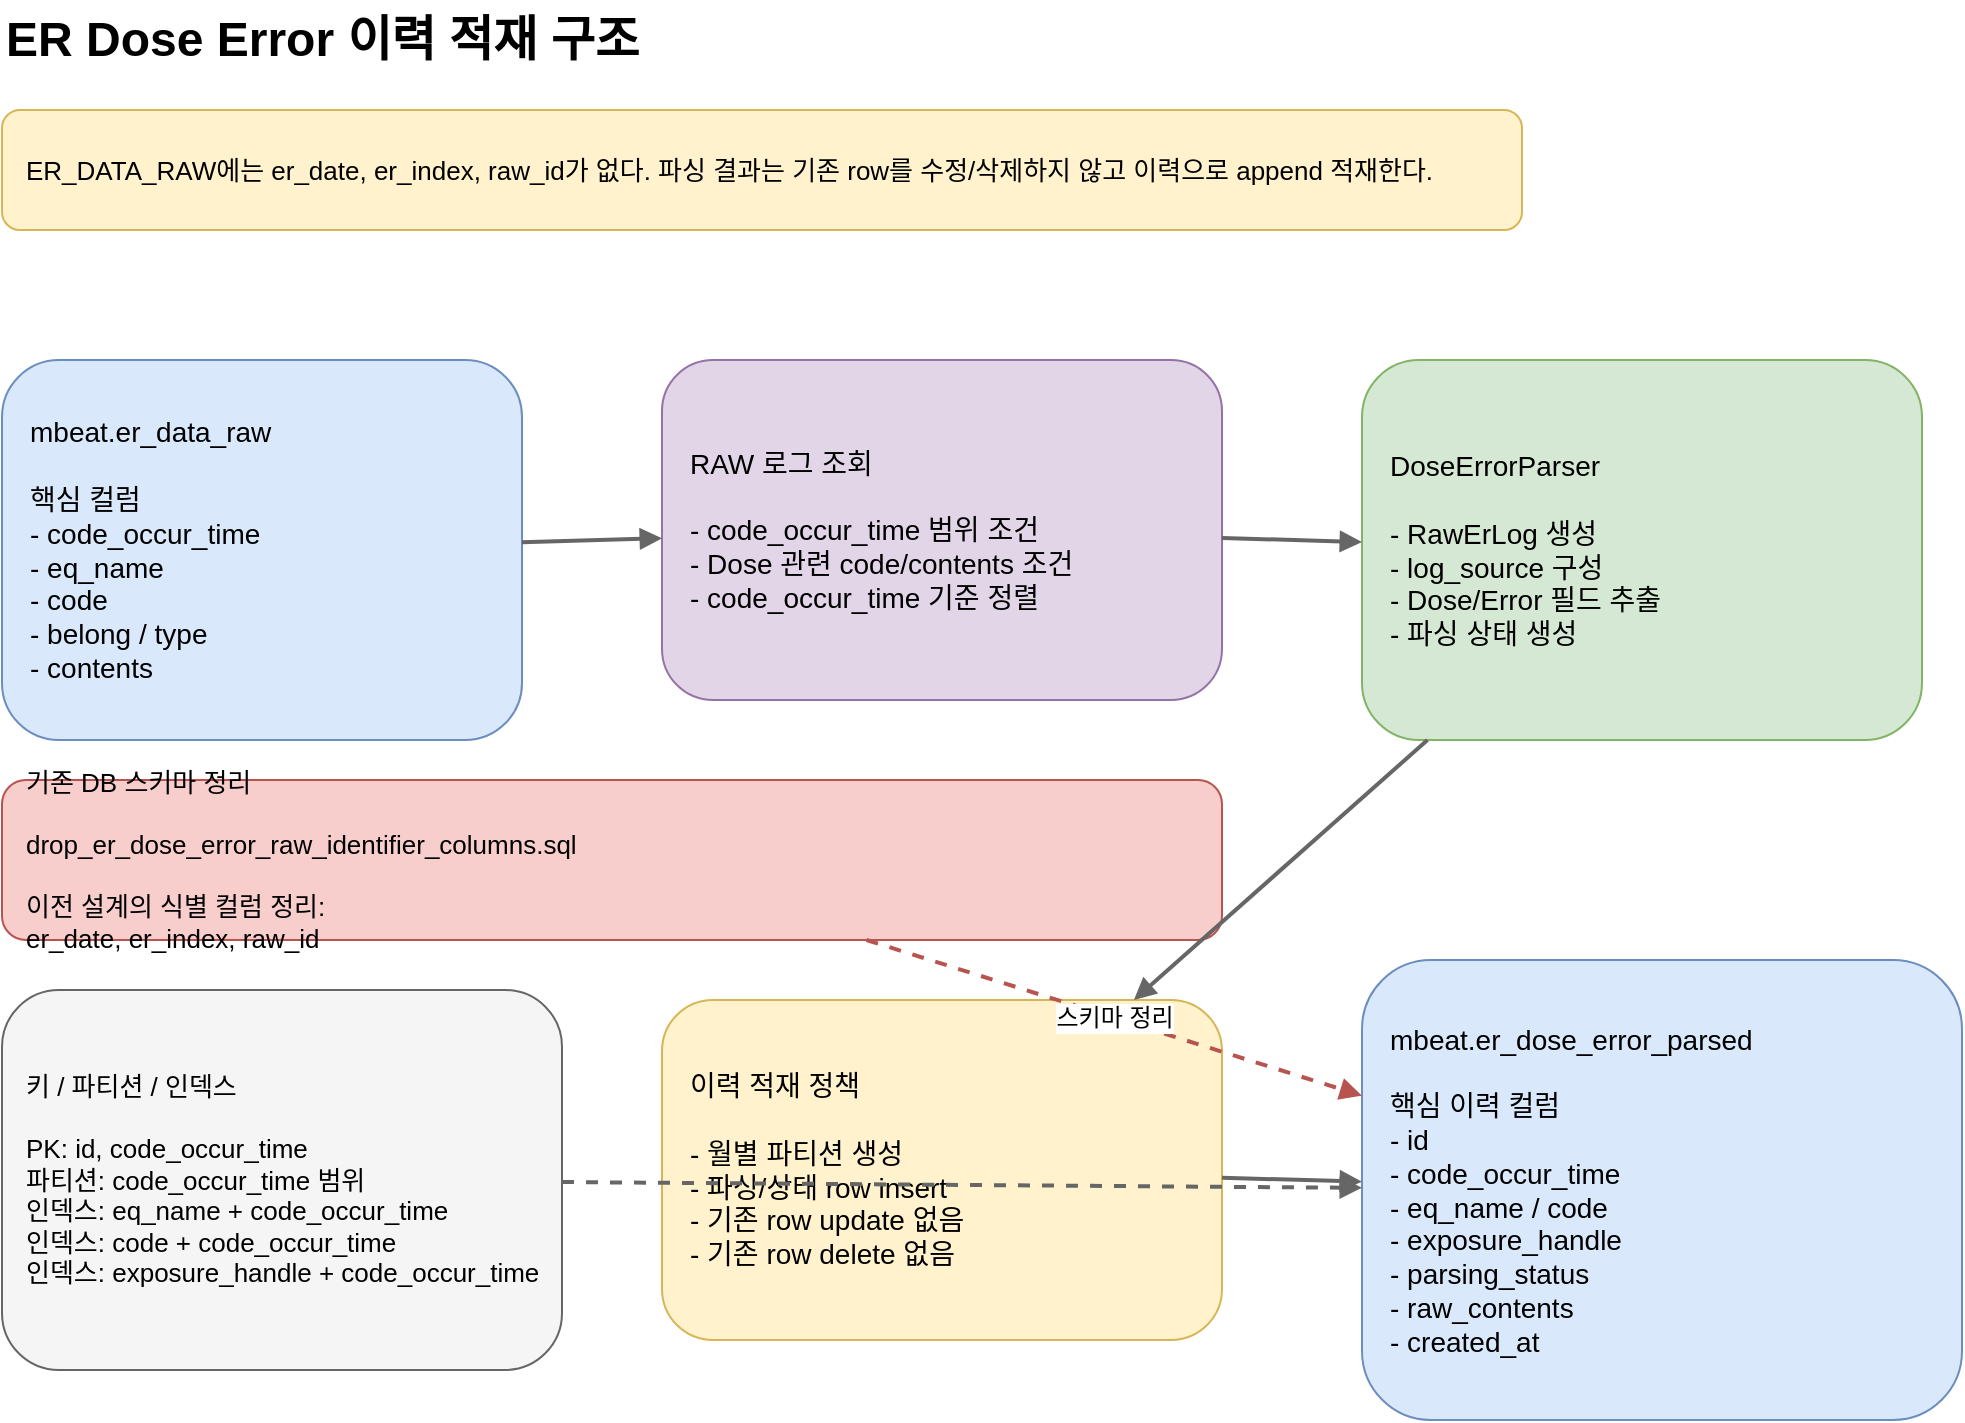
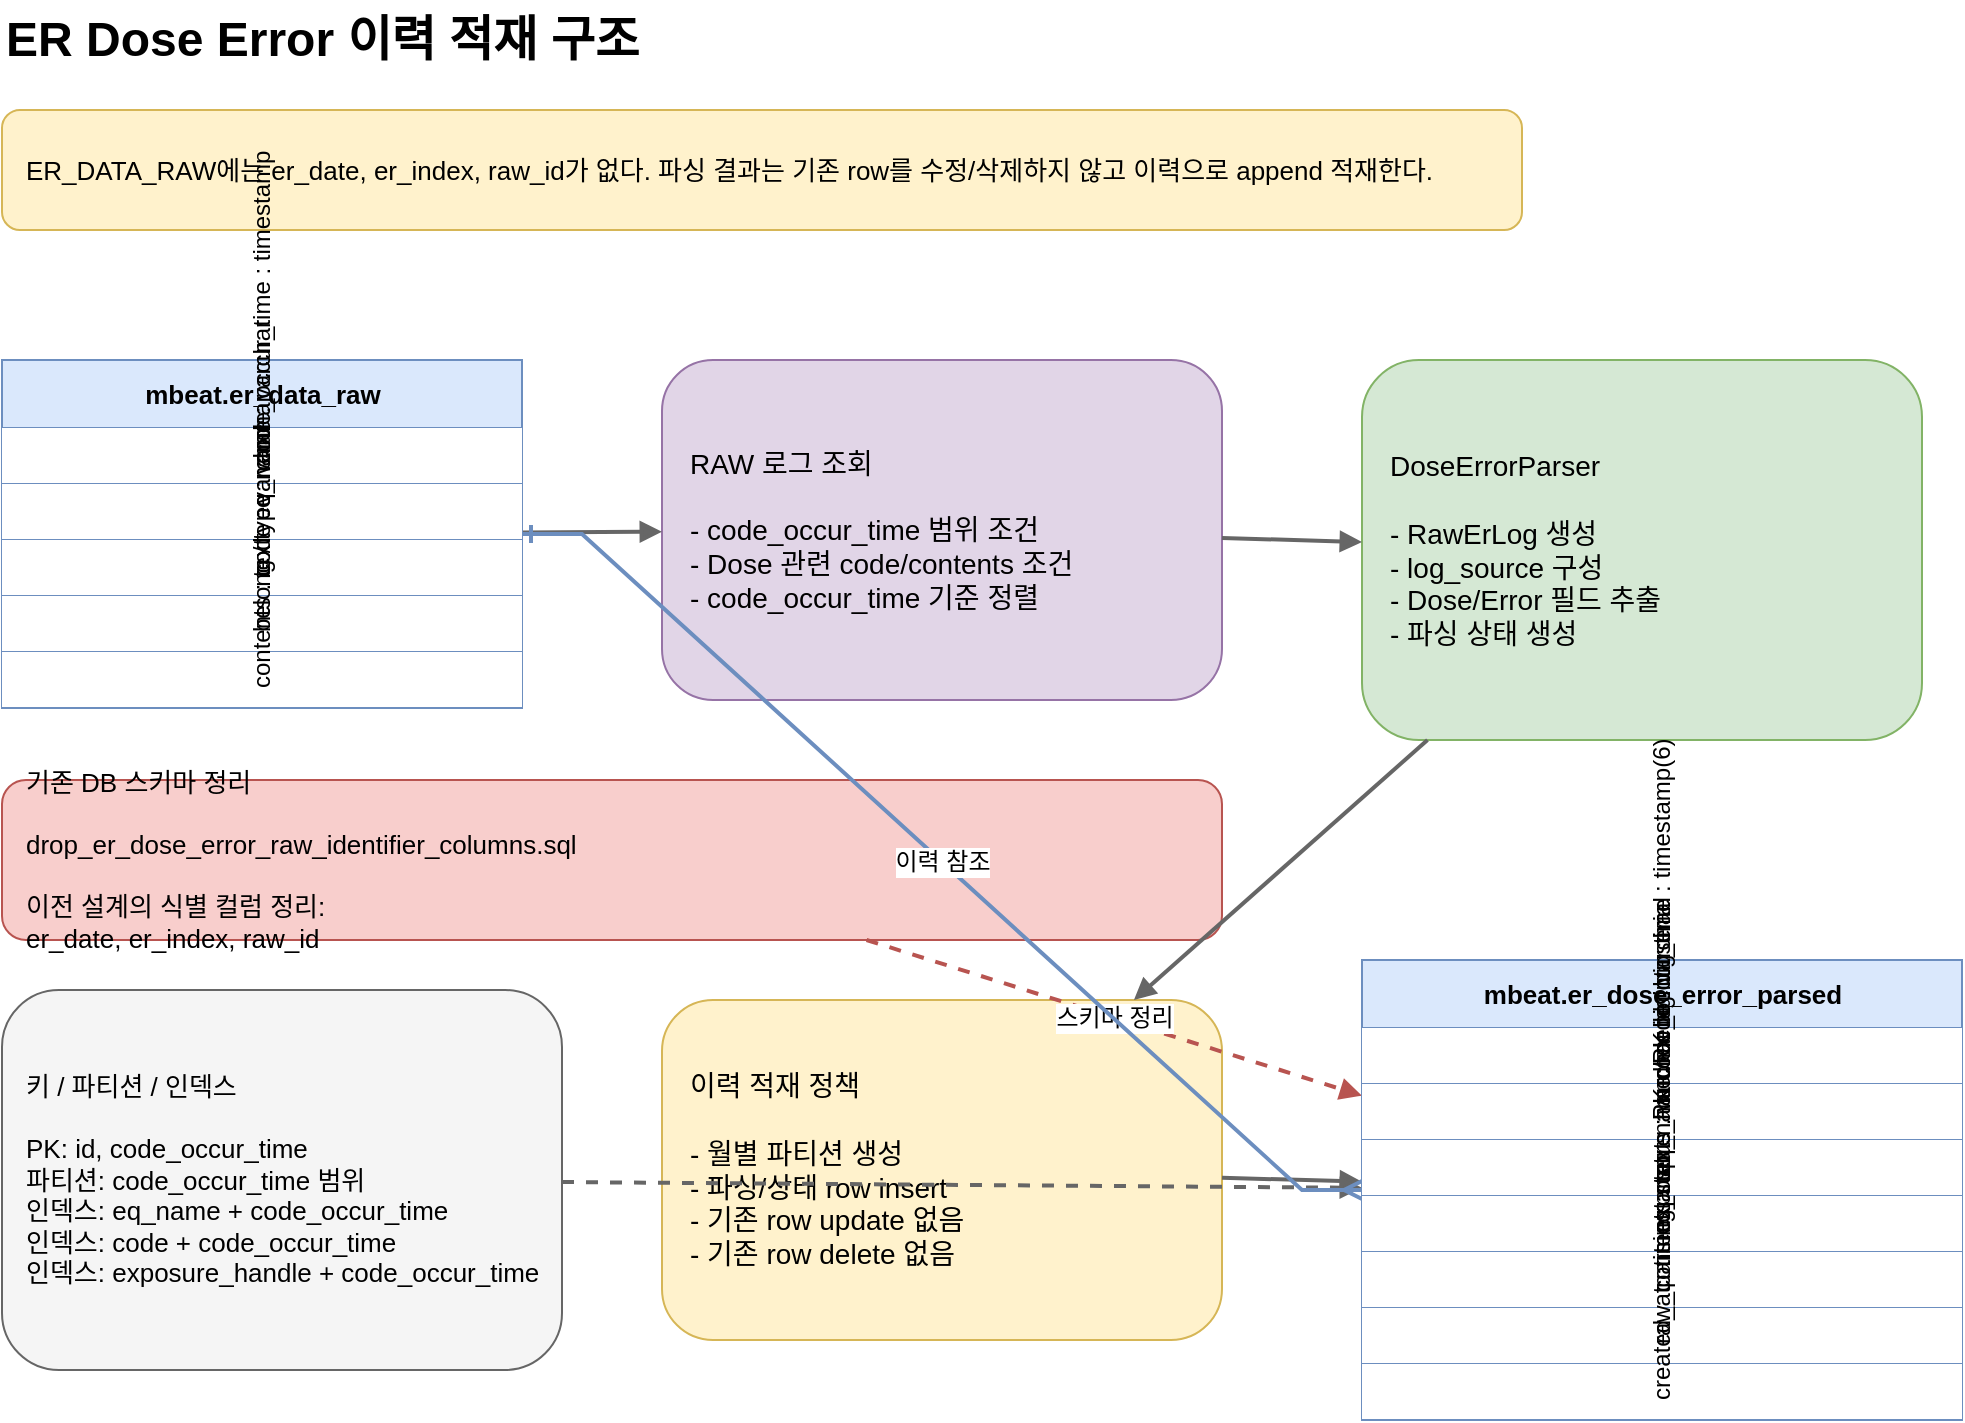
<mxfile host="app.diagrams.net" modified="2026-05-29T00:00:00.000Z" agent="Codex" version="24.7.17">
  <diagram id="er-dose-history-flow" name="ER Dose 이력 구조">
    <mxGraphModel dx="1200" dy="800" grid="1" gridSize="10" guides="1" tooltips="1" connect="1" arrows="1" fold="1" page="1" pageScale="1" pageWidth="1200" pageHeight="800" math="0" shadow="0">
      <root>
-         <mxCell id="0"/>
-         <mxCell id="1" parent="0"/>
+         <mxCell id="0" />
+         <mxCell id="1" parent="0" />
        <mxCell id="title" value="ER Dose Error 이력 적재 구조" style="text;html=1;strokeColor=none;fillColor=none;fontSize=24;fontStyle=1;align=left;verticalAlign=middle;whiteSpace=wrap;rounded=0;" vertex="1" parent="1">
-           <mxGeometry x="60" y="40" width="520" height="40" as="geometry"/>
+           <mxGeometry x="60" y="40" width="520" height="40" as="geometry" />
        </mxCell>
        <mxCell id="note" value="ER_DATA_RAW에는 er_date, er_index, raw_id가 없다. 파싱 결과는 기존 row를 수정/삭제하지 않고 이력으로 append 적재한다." style="rounded=1;whiteSpace=wrap;html=1;fillColor=#fff2cc;strokeColor=#d6b656;fontSize=13;align=left;spacing=12;" vertex="1" parent="1">
-           <mxGeometry x="60" y="95" width="760" height="60" as="geometry"/>
+           <mxGeometry x="60" y="95" width="760" height="60" as="geometry" />
        </mxCell>
-         <mxCell id="raw" value="mbeat.er_data_raw&#xa;&#xa;핵심 컬럼&#xa;- code_occur_time&#xa;- eq_name&#xa;- code&#xa;- belong / type&#xa;- contents" style="rounded=1;whiteSpace=wrap;html=1;fillColor=#dae8fc;strokeColor=#6c8ebf;fontSize=14;align=left;spacing=14;" vertex="1" parent="1">
-           <mxGeometry x="60" y="220" width="260" height="190" as="geometry"/>
+         <mxCell id="fetch" value="RAW 로그 조회&#10;&#10;- code_occur_time 범위 조건&#10;- Dose 관련 code/contents 조건&#10;- code_occur_time 기준 정렬" style="rounded=1;whiteSpace=wrap;html=1;fillColor=#e1d5e7;strokeColor=#9673a6;fontSize=14;align=left;spacing=14;" vertex="1" parent="1">
+           <mxGeometry x="390" y="220" width="280" height="170" as="geometry" />
        </mxCell>
-         <mxCell id="fetch" value="RAW 로그 조회&#xa;&#xa;- code_occur_time 범위 조건&#xa;- Dose 관련 code/contents 조건&#xa;- code_occur_time 기준 정렬" style="rounded=1;whiteSpace=wrap;html=1;fillColor=#e1d5e7;strokeColor=#9673a6;fontSize=14;align=left;spacing=14;" vertex="1" parent="1">
-           <mxGeometry x="390" y="220" width="280" height="170" as="geometry"/>
+         <mxCell id="parser" value="DoseErrorParser&#10;&#10;- RawErLog 생성&#10;- log_source 구성&#10;- Dose/Error 필드 추출&#10;- 파싱 상태 생성" style="rounded=1;whiteSpace=wrap;html=1;fillColor=#d5e8d4;strokeColor=#82b366;fontSize=14;align=left;spacing=14;" vertex="1" parent="1">
+           <mxGeometry x="740" y="220" width="280" height="190" as="geometry" />
        </mxCell>
-         <mxCell id="parser" value="DoseErrorParser&#xa;&#xa;- RawErLog 생성&#xa;- log_source 구성&#xa;- Dose/Error 필드 추출&#xa;- 파싱 상태 생성" style="rounded=1;whiteSpace=wrap;html=1;fillColor=#d5e8d4;strokeColor=#82b366;fontSize=14;align=left;spacing=14;" vertex="1" parent="1">
-           <mxGeometry x="740" y="220" width="280" height="190" as="geometry"/>
+         <mxCell id="append" value="이력 적재 정책&#10;&#10;- 월별 파티션 생성&#10;- 파싱/상태 row insert&#10;- 기존 row update 없음&#10;- 기존 row delete 없음" style="rounded=1;whiteSpace=wrap;html=1;fillColor=#fff2cc;strokeColor=#d6b656;fontSize=14;align=left;spacing=14;" vertex="1" parent="1">
+           <mxGeometry x="390" y="540" width="280" height="170" as="geometry" />
        </mxCell>
-         <mxCell id="parsed" value="mbeat.er_dose_error_parsed&#xa;&#xa;핵심 이력 컬럼&#xa;- id&#xa;- code_occur_time&#xa;- eq_name / code&#xa;- exposure_handle&#xa;- parsing_status&#xa;- raw_contents&#xa;- created_at" style="rounded=1;whiteSpace=wrap;html=1;fillColor=#dae8fc;strokeColor=#6c8ebf;fontSize=14;align=left;spacing=14;" vertex="1" parent="1">
-           <mxGeometry x="740" y="520" width="300" height="230" as="geometry"/>
+         <mxCell id="index" value="키 / 파티션 / 인덱스&#10;&#10;PK: id, code_occur_time&#10;파티션: code_occur_time 범위&#10;인덱스: eq_name + code_occur_time&#10;인덱스: code + code_occur_time&#10;인덱스: exposure_handle + code_occur_time" style="rounded=1;whiteSpace=wrap;html=1;fillColor=#f5f5f5;strokeColor=#666666;fontSize=13;align=left;spacing=12;" vertex="1" parent="1">
+           <mxGeometry x="60" y="535" width="280" height="190" as="geometry" />
        </mxCell>
-         <mxCell id="append" value="이력 적재 정책&#xa;&#xa;- 월별 파티션 생성&#xa;- 파싱/상태 row insert&#xa;- 기존 row update 없음&#xa;- 기존 row delete 없음" style="rounded=1;whiteSpace=wrap;html=1;fillColor=#fff2cc;strokeColor=#d6b656;fontSize=14;align=left;spacing=14;" vertex="1" parent="1">
-           <mxGeometry x="390" y="540" width="280" height="170" as="geometry"/>
-         </mxCell>
-         <mxCell id="index" value="키 / 파티션 / 인덱스&#xa;&#xa;PK: id, code_occur_time&#xa;파티션: code_occur_time 범위&#xa;인덱스: eq_name + code_occur_time&#xa;인덱스: code + code_occur_time&#xa;인덱스: exposure_handle + code_occur_time" style="rounded=1;whiteSpace=wrap;html=1;fillColor=#f5f5f5;strokeColor=#666666;fontSize=13;align=left;spacing=12;" vertex="1" parent="1">
-           <mxGeometry x="60" y="535" width="280" height="190" as="geometry"/>
-         </mxCell>
-         <mxCell id="cleanup" value="기존 DB 스키마 정리&#xa;&#xa;drop_er_dose_error_raw_identifier_columns.sql&#xa;&#xa;이전 설계의 식별 컬럼 정리:&#xa;er_date, er_index, raw_id" style="rounded=1;whiteSpace=wrap;html=1;fillColor=#f8cecc;strokeColor=#b85450;fontSize=13;align=left;spacing=12;" vertex="1" parent="1">
-           <mxGeometry x="60" y="430" width="610" height="80" as="geometry"/>
+         <mxCell id="cleanup" value="기존 DB 스키마 정리&#10;&#10;drop_er_dose_error_raw_identifier_columns.sql&#10;&#10;이전 설계의 식별 컬럼 정리:&#10;er_date, er_index, raw_id" style="rounded=1;whiteSpace=wrap;html=1;fillColor=#f8cecc;strokeColor=#b85450;fontSize=13;align=left;spacing=12;" vertex="1" parent="1">
+           <mxGeometry x="60" y="430" width="610" height="80" as="geometry" />
        </mxCell>
        <mxCell id="edge-raw-fetch" value="" style="endArrow=block;html=1;rounded=0;strokeWidth=2;strokeColor=#666666;" edge="1" parent="1" source="raw" target="fetch">
-           <mxGeometry relative="1" as="geometry"/>
+           <mxGeometry relative="1" as="geometry" />
        </mxCell>
        <mxCell id="edge-fetch-parser" value="" style="endArrow=block;html=1;rounded=0;strokeWidth=2;strokeColor=#666666;" edge="1" parent="1" source="fetch" target="parser">
-           <mxGeometry relative="1" as="geometry"/>
+           <mxGeometry relative="1" as="geometry" />
        </mxCell>
        <mxCell id="edge-parser-append" value="" style="endArrow=block;html=1;rounded=0;strokeWidth=2;strokeColor=#666666;" edge="1" parent="1" source="parser" target="append">
-           <mxGeometry relative="1" as="geometry"/>
+           <mxGeometry relative="1" as="geometry" />
        </mxCell>
        <mxCell id="edge-append-parsed" value="" style="endArrow=block;html=1;rounded=0;strokeWidth=2;strokeColor=#666666;" edge="1" parent="1" source="append" target="parsed">
-           <mxGeometry relative="1" as="geometry"/>
+           <mxGeometry relative="1" as="geometry" />
        </mxCell>
        <mxCell id="edge-index-parsed" value="" style="endArrow=block;html=1;rounded=0;strokeWidth=2;dashed=1;strokeColor=#666666;" edge="1" parent="1" source="index" target="parsed">
-           <mxGeometry relative="1" as="geometry"/>
+           <mxGeometry relative="1" as="geometry" />
        </mxCell>
        <mxCell id="edge-cleanup-parsed" value="스키마 정리" style="endArrow=block;html=1;rounded=0;strokeWidth=2;dashed=1;strokeColor=#b85450;fontSize=12;" edge="1" parent="1" source="cleanup" target="parsed">
-           <mxGeometry relative="1" as="geometry"/>
+           <mxGeometry relative="1" as="geometry" />
        </mxCell>
-       </root>
+       <mxCell id="edge-raw-parsed-er" parent="1" value="이력 참조" style="edgeStyle=entityRelationEdgeStyle;html=1;rounded=0;strokeWidth=2;strokeColor=#6c8ebf;startArrow=ERone;startFill=0;endArrow=ERmany;endFill=0;fontSize=12;" edge="1" source="raw" target="parsed"><mxGeometry relative="1" as="geometry" /></mxCell><mxCell id="raw" parent="1" value="mbeat.er_data_raw" style="shape=table;html=1;startSize=34;container=1;collapsible=0;childLayout=tableLayout;fixedRows=1;rowLines=0;resizeLast=1;fillColor=#dae8fc;strokeColor=#6c8ebf;fontSize=13;fontStyle=1;align=center;verticalAlign=middle;" vertex="1"><mxGeometry x="60" y="220" width="260" height="174" as="geometry" /></mxCell><mxCell id="raw-row-0" parent="raw" value="code_occur_time : timestamp" style="shape=tableRow;html=1;horizontal=0;startSize=0;swimlaneHead=0;swimlaneBody=0;collapsible=0;dropTarget=0;points=[[0,0.5],[1,0.5]];portConstraint=eastwest;top=0;left=0;right=0;bottom=1;fillColor=#ffffff;strokeColor=#6c8ebf;fontSize=12;fontStyle=0;align=left;verticalAlign=middle;spacingLeft=8;" vertex="1"><mxGeometry x="0" y="34" width="260" height="28" as="geometry" /></mxCell><mxCell id="raw-row-1" parent="raw" value="eq_name : varchar" style="shape=tableRow;html=1;horizontal=0;startSize=0;swimlaneHead=0;swimlaneBody=0;collapsible=0;dropTarget=0;points=[[0,0.5],[1,0.5]];portConstraint=eastwest;top=0;left=0;right=0;bottom=1;fillColor=#ffffff;strokeColor=#6c8ebf;fontSize=12;fontStyle=0;align=left;verticalAlign=middle;spacingLeft=8;" vertex="1"><mxGeometry x="0" y="62" width="260" height="28" as="geometry" /></mxCell><mxCell id="raw-row-2" parent="raw" value="code : varchar" style="shape=tableRow;html=1;horizontal=0;startSize=0;swimlaneHead=0;swimlaneBody=0;collapsible=0;dropTarget=0;points=[[0,0.5],[1,0.5]];portConstraint=eastwest;top=0;left=0;right=0;bottom=1;fillColor=#ffffff;strokeColor=#6c8ebf;fontSize=12;fontStyle=0;align=left;verticalAlign=middle;spacingLeft=8;" vertex="1"><mxGeometry x="0" y="90" width="260" height="28" as="geometry" /></mxCell><mxCell id="raw-row-3" parent="raw" value="belong / type : varchar" style="shape=tableRow;html=1;horizontal=0;startSize=0;swimlaneHead=0;swimlaneBody=0;collapsible=0;dropTarget=0;points=[[0,0.5],[1,0.5]];portConstraint=eastwest;top=0;left=0;right=0;bottom=1;fillColor=#ffffff;strokeColor=#6c8ebf;fontSize=12;fontStyle=0;align=left;verticalAlign=middle;spacingLeft=8;" vertex="1"><mxGeometry x="0" y="118" width="260" height="28" as="geometry" /></mxCell><mxCell id="raw-row-4" parent="raw" value="contents : text" style="shape=tableRow;html=1;horizontal=0;startSize=0;swimlaneHead=0;swimlaneBody=0;collapsible=0;dropTarget=0;points=[[0,0.5],[1,0.5]];portConstraint=eastwest;top=0;left=0;right=0;bottom=1;fillColor=#ffffff;strokeColor=#6c8ebf;fontSize=12;fontStyle=0;align=left;verticalAlign=middle;spacingLeft=8;" vertex="1"><mxGeometry x="0" y="146" width="260" height="28" as="geometry" /></mxCell><mxCell id="parsed" parent="1" value="mbeat.er_dose_error_parsed" style="shape=table;html=1;startSize=34;container=1;collapsible=0;childLayout=tableLayout;fixedRows=1;rowLines=0;resizeLast=1;fillColor=#dae8fc;strokeColor=#6c8ebf;fontSize=13;fontStyle=1;align=center;verticalAlign=middle;" vertex="1"><mxGeometry x="740" y="520" width="300" height="230" as="geometry" /></mxCell><mxCell id="parsed-row-0" parent="parsed" value="PK id : bigserial" style="shape=tableRow;html=1;horizontal=0;startSize=0;swimlaneHead=0;swimlaneBody=0;collapsible=0;dropTarget=0;points=[[0,0.5],[1,0.5]];portConstraint=eastwest;top=0;left=0;right=0;bottom=1;fillColor=#ffffff;strokeColor=#6c8ebf;fontSize=12;fontStyle=0;align=left;verticalAlign=middle;spacingLeft=8;" vertex="1"><mxGeometry x="0" y="34" width="300" height="28" as="geometry" /></mxCell><mxCell id="parsed-row-1" parent="parsed" value="PK code_occur_time : timestamp(6)" style="shape=tableRow;html=1;horizontal=0;startSize=0;swimlaneHead=0;swimlaneBody=0;collapsible=0;dropTarget=0;points=[[0,0.5],[1,0.5]];portConstraint=eastwest;top=0;left=0;right=0;bottom=1;fillColor=#ffffff;strokeColor=#6c8ebf;fontSize=12;fontStyle=0;align=left;verticalAlign=middle;spacingLeft=8;" vertex="1"><mxGeometry x="0" y="62" width="300" height="28" as="geometry" /></mxCell><mxCell id="parsed-row-2" parent="parsed" value="eq_name / code : varchar" style="shape=tableRow;html=1;horizontal=0;startSize=0;swimlaneHead=0;swimlaneBody=0;collapsible=0;dropTarget=0;points=[[0,0.5],[1,0.5]];portConstraint=eastwest;top=0;left=0;right=0;bottom=1;fillColor=#ffffff;strokeColor=#6c8ebf;fontSize=12;fontStyle=0;align=left;verticalAlign=middle;spacingLeft=8;" vertex="1"><mxGeometry x="0" y="90" width="300" height="28" as="geometry" /></mxCell><mxCell id="parsed-row-3" parent="parsed" value="exposure_handle : bigint" style="shape=tableRow;html=1;horizontal=0;startSize=0;swimlaneHead=0;swimlaneBody=0;collapsible=0;dropTarget=0;points=[[0,0.5],[1,0.5]];portConstraint=eastwest;top=0;left=0;right=0;bottom=1;fillColor=#ffffff;strokeColor=#6c8ebf;fontSize=12;fontStyle=0;align=left;verticalAlign=middle;spacingLeft=8;" vertex="1"><mxGeometry x="0" y="118" width="300" height="28" as="geometry" /></mxCell><mxCell id="parsed-row-4" parent="parsed" value="parsing_status : varchar" style="shape=tableRow;html=1;horizontal=0;startSize=0;swimlaneHead=0;swimlaneBody=0;collapsible=0;dropTarget=0;points=[[0,0.5],[1,0.5]];portConstraint=eastwest;top=0;left=0;right=0;bottom=1;fillColor=#ffffff;strokeColor=#6c8ebf;fontSize=12;fontStyle=0;align=left;verticalAlign=middle;spacingLeft=8;" vertex="1"><mxGeometry x="0" y="146" width="300" height="28" as="geometry" /></mxCell><mxCell id="parsed-row-5" parent="parsed" value="raw_contents : text" style="shape=tableRow;html=1;horizontal=0;startSize=0;swimlaneHead=0;swimlaneBody=0;collapsible=0;dropTarget=0;points=[[0,0.5],[1,0.5]];portConstraint=eastwest;top=0;left=0;right=0;bottom=1;fillColor=#ffffff;strokeColor=#6c8ebf;fontSize=12;fontStyle=0;align=left;verticalAlign=middle;spacingLeft=8;" vertex="1"><mxGeometry x="0" y="174" width="300" height="28" as="geometry" /></mxCell><mxCell id="parsed-row-6" parent="parsed" value="created_at : timestamp" style="shape=tableRow;html=1;horizontal=0;startSize=0;swimlaneHead=0;swimlaneBody=0;collapsible=0;dropTarget=0;points=[[0,0.5],[1,0.5]];portConstraint=eastwest;top=0;left=0;right=0;bottom=1;fillColor=#ffffff;strokeColor=#6c8ebf;fontSize=12;fontStyle=0;align=left;verticalAlign=middle;spacingLeft=8;" vertex="1"><mxGeometry x="0" y="202" width="300" height="28" as="geometry" /></mxCell></root>
    </mxGraphModel>
  </diagram>
</mxfile>
